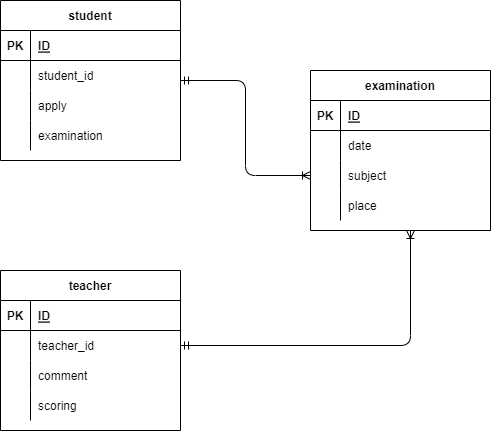
MISAKI0512/ER- keeps this draw.io diagram as index.drawio.png. Above is the earlier version. Source tidied: cells renumbered, new cells last; positions are measured from the earlier drawing's top-left corner, leaving out a move shared by most shapes.
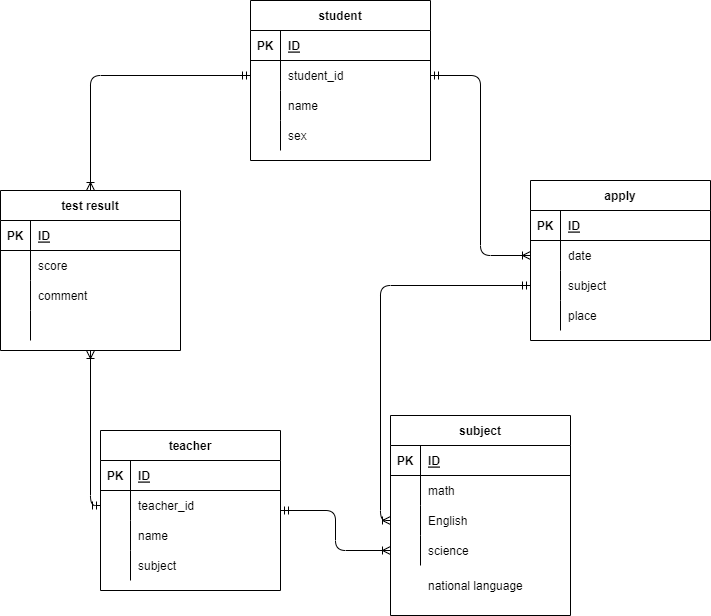
After the commit.

What changed in the source:
```diff
@@ -2,8 +2,8 @@
   <root>
     <mxCell id="0" />
     <mxCell id="1" parent="0" />
-    <mxCell id="2" value="examination" style="shape=table;startSize=30;rowLines=0;fontStyle=1;align=center;" parent="1" vertex="1">
-      <mxGeometry x="310" y="70" width="180" height="160" as="geometry" />
+    <mxCell id="2" value="subject" style="shape=table;startSize=30;rowLines=0;fontStyle=1;align=center;" parent="1" vertex="1">
+      <mxGeometry x="410" y="345" width="180" height="200" as="geometry" />
     </mxCell>
     <mxCell id="3" style="shape=partialRectangle;fillColor=none;top=0;left=0;bottom=1;right=0;" parent="2" vertex="1">
       <mxGeometry y="30" width="180" height="30" as="geometry" />
@@ -20,7 +20,7 @@
     <mxCell id="7" style="shape=partialRectangle;fillColor=none;top=0;left=0;bottom=0;right=0;overflow=hidden;" parent="6" vertex="1">
       <mxGeometry width="30" height="30" as="geometry" />
     </mxCell>
-    <mxCell id="8" value="date" style="shape=partialRectangle;fillColor=none;top=0;left=0;bottom=0;right=0;align=left;spacingLeft=6;overflow=hidden;" parent="6" vertex="1">
+    <mxCell id="8" value="math" style="shape=partialRectangle;fillColor=none;top=0;left=0;bottom=0;right=0;align=left;spacingLeft=6;overflow=hidden;" parent="6" vertex="1">
       <mxGeometry x="30" width="150" height="30" as="geometry" />
     </mxCell>
     <mxCell id="9" style="shape=partialRectangle;fillColor=none;top=0;left=0;bottom=0;right=0;points=[[0,0.5],[1,0.5]];portConstraint=eastwest;" parent="2" vertex="1">
@@ -29,7 +29,7 @@
     <mxCell id="10" style="shape=partialRectangle;fillColor=none;top=0;left=0;bottom=0;right=0;overflow=hidden;" parent="9" vertex="1">
       <mxGeometry width="30" height="30" as="geometry" />
     </mxCell>
-    <mxCell id="11" value="subject" style="shape=partialRectangle;fillColor=none;top=0;left=0;bottom=0;right=0;align=left;spacingLeft=6;overflow=hidden;" parent="9" vertex="1">
+    <mxCell id="11" value="English" style="shape=partialRectangle;fillColor=none;top=0;left=0;bottom=0;right=0;align=left;spacingLeft=6;overflow=hidden;" parent="9" vertex="1">
       <mxGeometry x="30" width="150" height="30" as="geometry" />
     </mxCell>
     <mxCell id="12" style="shape=partialRectangle;fillColor=none;top=0;left=0;bottom=0;right=0;points=[[0,0.5],[1,0.5]];portConstraint=eastwest;" parent="2" vertex="1">
@@ -38,14 +38,11 @@
     <mxCell id="13" style="shape=partialRectangle;fillColor=none;top=0;left=0;bottom=0;right=0;overflow=hidden;" parent="12" vertex="1">
       <mxGeometry width="30" height="30" as="geometry" />
     </mxCell>
-    <mxCell id="14" value="place" style="shape=partialRectangle;fillColor=none;top=0;left=0;bottom=0;right=0;align=left;spacingLeft=6;overflow=hidden;" parent="12" vertex="1">
+    <mxCell id="14" value="science" style="shape=partialRectangle;fillColor=none;top=0;left=0;bottom=0;right=0;align=left;spacingLeft=6;overflow=hidden;" parent="12" vertex="1">
       <mxGeometry x="30" width="150" height="30" as="geometry" />
     </mxCell>
-    <mxCell id="15" style="edgeStyle=orthogonalEdgeStyle;html=1;entryX=0;entryY=0.5;entryDx=0;entryDy=0;endArrow=ERoneToMany;endFill=0;startArrow=ERmandOne;startFill=0;" parent="1" edge="1" source="16" target="9">
-      <mxGeometry relative="1" as="geometry" />
-    </mxCell>
     <mxCell id="16" value="student" style="shape=table;startSize=30;rowLines=0;fontStyle=1;align=center;" parent="1" vertex="1">
-      <mxGeometry width="180" height="160" as="geometry" />
+      <mxGeometry x="270" y="-70" width="180" height="160" as="geometry" />
     </mxCell>
     <mxCell id="17" style="shape=partialRectangle;fillColor=none;top=0;left=0;bottom=1;right=0;" parent="16" vertex="1">
       <mxGeometry y="30" width="180" height="30" as="geometry" />
@@ -71,7 +68,7 @@
     <mxCell id="24" style="shape=partialRectangle;fillColor=none;top=0;left=0;bottom=0;right=0;overflow=hidden;" parent="23" vertex="1">
       <mxGeometry width="30" height="30" as="geometry" />
     </mxCell>
-    <mxCell id="25" value="apply" style="shape=partialRectangle;fillColor=none;top=0;left=0;bottom=0;right=0;align=left;spacingLeft=6;overflow=hidden;" parent="23" vertex="1">
+    <mxCell id="25" value="name" style="shape=partialRectangle;fillColor=none;top=0;left=0;bottom=0;right=0;align=left;spacingLeft=6;overflow=hidden;" parent="23" vertex="1">
       <mxGeometry x="30" width="150" height="30" as="geometry" />
     </mxCell>
     <mxCell id="26" style="shape=partialRectangle;fillColor=none;top=0;left=0;bottom=0;right=0;" parent="16" vertex="1">
@@ -80,11 +77,14 @@
     <mxCell id="27" style="shape=partialRectangle;fillColor=none;top=0;left=0;bottom=0;right=0;overflow=hidden;" parent="26" vertex="1">
       <mxGeometry width="30" height="30" as="geometry" />
     </mxCell>
-    <mxCell id="28" value="examination" style="shape=partialRectangle;fillColor=none;top=0;left=0;bottom=0;right=0;align=left;spacingLeft=6;overflow=hidden;" parent="26" vertex="1">
+    <mxCell id="28" value="sex" style="shape=partialRectangle;fillColor=none;top=0;left=0;bottom=0;right=0;align=left;spacingLeft=6;overflow=hidden;" parent="26" vertex="1">
       <mxGeometry x="30" width="150" height="30" as="geometry" />
     </mxCell>
+    <mxCell id="43" style="edgeStyle=orthogonalEdgeStyle;html=1;entryX=0;entryY=0.5;entryDx=0;entryDy=0;startArrow=ERmandOne;startFill=0;endArrow=ERoneToMany;endFill=0;" parent="1" edge="1" source="29" target="12">
+      <mxGeometry relative="1" as="geometry" />
+    </mxCell>
     <mxCell id="29" value="teacher" style="shape=table;startSize=30;rowLines=0;fontStyle=1;align=center;" parent="1" vertex="1">
-      <mxGeometry y="270" width="180" height="160" as="geometry" />
+      <mxGeometry x="120" y="360" width="180" height="160" as="geometry" />
     </mxCell>
     <mxCell id="30" style="shape=partialRectangle;fillColor=none;top=0;left=0;bottom=1;right=0;" parent="29" vertex="1">
       <mxGeometry y="30" width="180" height="30" as="geometry" />
@@ -110,7 +110,7 @@
     <mxCell id="37" style="shape=partialRectangle;fillColor=none;top=0;left=0;bottom=0;right=0;overflow=hidden;" parent="36" vertex="1">
       <mxGeometry width="30" height="30" as="geometry" />
     </mxCell>
-    <mxCell id="38" value="comment" style="shape=partialRectangle;fillColor=none;top=0;left=0;bottom=0;right=0;align=left;spacingLeft=6;overflow=hidden;" parent="36" vertex="1">
+    <mxCell id="38" value="name" style="shape=partialRectangle;fillColor=none;top=0;left=0;bottom=0;right=0;align=left;spacingLeft=6;overflow=hidden;" parent="36" vertex="1">
       <mxGeometry x="30" width="150" height="30" as="geometry" />
     </mxCell>
     <mxCell id="39" style="shape=partialRectangle;fillColor=none;top=0;left=0;bottom=0;right=0;" parent="29" vertex="1">
@@ -119,13 +119,107 @@
     <mxCell id="40" style="shape=partialRectangle;fillColor=none;top=0;left=0;bottom=0;right=0;overflow=hidden;" parent="39" vertex="1">
       <mxGeometry width="30" height="30" as="geometry" />
     </mxCell>
-    <mxCell id="41" value="scoring" style="shape=partialRectangle;fillColor=none;top=0;left=0;bottom=0;right=0;align=left;spacingLeft=6;overflow=hidden;" parent="39" vertex="1">
+    <mxCell id="41" value="subject" style="shape=partialRectangle;fillColor=none;top=0;left=0;bottom=0;right=0;align=left;spacingLeft=6;overflow=hidden;" parent="39" vertex="1">
       <mxGeometry x="30" width="150" height="30" as="geometry" />
     </mxCell>
-    <mxCell id="42" style="edgeStyle=orthogonalEdgeStyle;html=1;endArrow=ERoneToMany;endFill=0;startArrow=ERmandOne;startFill=0;" parent="1" edge="1" source="33">
-      <mxGeometry relative="1" as="geometry">
-        <mxPoint x="410" y="230" as="targetPoint" />
-      </mxGeometry>
-    </mxCell>
+    <mxCell id="44" value="apply" style="shape=table;startSize=30;rowLines=0;fontStyle=1;align=center;" parent="1" vertex="1">
+      <mxGeometry x="550" y="110" width="180" height="160" as="geometry" />
+    </mxCell>
+    <mxCell id="45" style="shape=partialRectangle;fillColor=none;top=0;left=0;bottom=1;right=0;" parent="44" vertex="1">
+      <mxGeometry y="30" width="180" height="30" as="geometry" />
+    </mxCell>
+    <mxCell id="46" value="PK" style="shape=partialRectangle;fillColor=none;top=0;left=0;bottom=0;right=0;fontStyle=1;overflow=hidden;" parent="45" vertex="1">
+      <mxGeometry width="30" height="30" as="geometry" />
+    </mxCell>
+    <mxCell id="47" value="ID" style="shape=partialRectangle;fillColor=none;top=0;left=0;bottom=0;right=0;align=left;spacingLeft=6;fontStyle=5;overflow=hidden;" parent="45" vertex="1">
+      <mxGeometry x="30" width="150" height="30" as="geometry" />
+    </mxCell>
+    <mxCell id="48" style="shape=partialRectangle;fillColor=none;top=0;left=0;bottom=0;right=0;points=[[0,0.5],[1,0.5]];portConstraint=eastwest;" parent="44" vertex="1">
+      <mxGeometry y="60" width="180" height="30" as="geometry" />
+    </mxCell>
+    <mxCell id="49" style="shape=partialRectangle;fillColor=none;top=0;left=0;bottom=0;right=0;overflow=hidden;" parent="48" vertex="1">
+      <mxGeometry width="30" height="30" as="geometry" />
+    </mxCell>
+    <mxCell id="50" value="date" style="shape=partialRectangle;fillColor=none;top=0;left=0;bottom=0;right=0;align=left;spacingLeft=6;overflow=hidden;" parent="48" vertex="1">
+      <mxGeometry x="30" width="150" height="30" as="geometry" />
+    </mxCell>
+    <mxCell id="51" style="shape=partialRectangle;fillColor=none;top=0;left=0;bottom=0;right=0;points=[[0,0.5],[1,0.5]];portConstraint=eastwest;" parent="44" vertex="1">
+      <mxGeometry y="90" width="180" height="30" as="geometry" />
+    </mxCell>
+    <mxCell id="52" style="shape=partialRectangle;fillColor=none;top=0;left=0;bottom=0;right=0;overflow=hidden;" parent="51" vertex="1">
+      <mxGeometry width="30" height="30" as="geometry" />
+    </mxCell>
+    <mxCell id="53" value="subject" style="shape=partialRectangle;fillColor=none;top=0;left=0;bottom=0;right=0;align=left;spacingLeft=6;overflow=hidden;" parent="51" vertex="1">
+      <mxGeometry x="30" width="150" height="30" as="geometry" />
+    </mxCell>
+    <mxCell id="54" style="shape=partialRectangle;fillColor=none;top=0;left=0;bottom=0;right=0;" parent="44" vertex="1">
+      <mxGeometry y="120" width="180" height="30" as="geometry" />
+    </mxCell>
+    <mxCell id="55" style="shape=partialRectangle;fillColor=none;top=0;left=0;bottom=0;right=0;overflow=hidden;" parent="54" vertex="1">
+      <mxGeometry width="30" height="30" as="geometry" />
+    </mxCell>
+    <mxCell id="56" value="place" style="shape=partialRectangle;fillColor=none;top=0;left=0;bottom=0;right=0;align=left;spacingLeft=6;overflow=hidden;" parent="54" vertex="1">
+      <mxGeometry x="30" width="150" height="30" as="geometry" />
+    </mxCell>
+    <mxCell id="57" style="edgeStyle=orthogonalEdgeStyle;html=1;entryX=0;entryY=0.5;entryDx=0;entryDy=0;startArrow=ERoneToMany;startFill=0;endArrow=ERmandOne;endFill=0;" parent="1" edge="1" source="58" target="20">
+      <mxGeometry relative="1" as="geometry" />
+    </mxCell>
+    <mxCell id="58" value="test result" style="shape=table;startSize=30;rowLines=0;fontStyle=1;align=center;" parent="1" vertex="1">
+      <mxGeometry x="20" y="120" width="180" height="160" as="geometry" />
+    </mxCell>
+    <mxCell id="59" style="shape=partialRectangle;fillColor=none;top=0;left=0;bottom=1;right=0;" parent="58" vertex="1">
+      <mxGeometry y="30" width="180" height="30" as="geometry" />
+    </mxCell>
+    <mxCell id="60" value="PK" style="shape=partialRectangle;fillColor=none;top=0;left=0;bottom=0;right=0;fontStyle=1;overflow=hidden;" parent="59" vertex="1">
+      <mxGeometry width="30" height="30" as="geometry" />
+    </mxCell>
+    <mxCell id="61" value="ID" style="shape=partialRectangle;fillColor=none;top=0;left=0;bottom=0;right=0;align=left;spacingLeft=6;fontStyle=5;overflow=hidden;" parent="59" vertex="1">
+      <mxGeometry x="30" width="150" height="30" as="geometry" />
+    </mxCell>
+    <mxCell id="62" style="shape=partialRectangle;fillColor=none;top=0;left=0;bottom=0;right=0;" parent="58" vertex="1">
+      <mxGeometry y="60" width="180" height="30" as="geometry" />
+    </mxCell>
+    <mxCell id="63" style="shape=partialRectangle;fillColor=none;top=0;left=0;bottom=0;right=0;overflow=hidden;" parent="62" vertex="1">
+      <mxGeometry width="30" height="30" as="geometry" />
+    </mxCell>
+    <mxCell id="64" value="score" style="shape=partialRectangle;fillColor=none;top=0;left=0;bottom=0;right=0;align=left;spacingLeft=6;overflow=hidden;" parent="62" vertex="1">
+      <mxGeometry x="30" width="150" height="30" as="geometry" />
+    </mxCell>
+    <mxCell id="65" style="shape=partialRectangle;fillColor=none;top=0;left=0;bottom=0;right=0;" parent="58" vertex="1">
+      <mxGeometry y="90" width="180" height="30" as="geometry" />
+    </mxCell>
+    <mxCell id="66" style="shape=partialRectangle;fillColor=none;top=0;left=0;bottom=0;right=0;overflow=hidden;" parent="65" vertex="1">
+      <mxGeometry width="30" height="30" as="geometry" />
+    </mxCell>
+    <mxCell id="67" value="comment" style="shape=partialRectangle;fillColor=none;top=0;left=0;bottom=0;right=0;align=left;spacingLeft=6;overflow=hidden;" parent="65" vertex="1">
+      <mxGeometry x="30" width="150" height="30" as="geometry" />
+    </mxCell>
+    <mxCell id="68" style="shape=partialRectangle;fillColor=none;top=0;left=0;bottom=0;right=0;" parent="58" vertex="1">
+      <mxGeometry y="120" width="180" height="30" as="geometry" />
+    </mxCell>
+    <mxCell id="69" style="shape=partialRectangle;fillColor=none;top=0;left=0;bottom=0;right=0;overflow=hidden;" parent="68" vertex="1">
+      <mxGeometry width="30" height="30" as="geometry" />
+    </mxCell>
+    <mxCell id="70" style="shape=partialRectangle;fillColor=none;top=0;left=0;bottom=0;right=0;align=left;spacingLeft=6;overflow=hidden;" parent="68" vertex="1">
+      <mxGeometry x="30" width="150" height="30" as="geometry" />
+    </mxCell>
+    <mxCell id="71" style="edgeStyle=orthogonalEdgeStyle;html=1;entryX=0;entryY=0.5;entryDx=0;entryDy=0;startArrow=ERmandOne;startFill=0;endArrow=ERoneToMany;endFill=0;" parent="1" edge="1" source="20" target="48">
+      <mxGeometry relative="1" as="geometry" />
+    </mxCell>
+    <mxCell id="72" style="shape=partialRectangle;fillColor=none;top=0;left=0;bottom=0;right=0;" parent="1" vertex="1">
+      <mxGeometry x="410" y="500" width="180" height="30" as="geometry" />
+    </mxCell>
+    <mxCell id="73" style="shape=partialRectangle;fillColor=none;top=0;left=0;bottom=0;right=0;overflow=hidden;" parent="72" vertex="1">
+      <mxGeometry width="30" height="30" as="geometry" />
+    </mxCell>
+    <mxCell id="74" value="national language" style="shape=partialRectangle;fillColor=none;top=0;left=0;bottom=0;right=0;align=left;spacingLeft=6;overflow=hidden;" parent="72" vertex="1">
+      <mxGeometry x="30" width="150" height="30" as="geometry" />
+    </mxCell>
+    <mxCell id="75" style="edgeStyle=orthogonalEdgeStyle;html=1;entryX=0;entryY=0.5;entryDx=0;entryDy=0;startArrow=ERmandOne;startFill=0;endArrow=ERoneToMany;endFill=0;" parent="1" edge="1" source="51" target="9">
+      <mxGeometry relative="1" as="geometry" />
+    </mxCell>
+    <mxCell id="76" style="edgeStyle=orthogonalEdgeStyle;html=1;entryX=0.5;entryY=1;entryDx=0;entryDy=0;startArrow=ERmandOne;startFill=0;endArrow=ERoneToMany;endFill=0;" parent="1" edge="1" source="33" target="58">
+      <mxGeometry relative="1" as="geometry" />
+    </mxCell>
   </root>
 </mxGraphModel>
```
